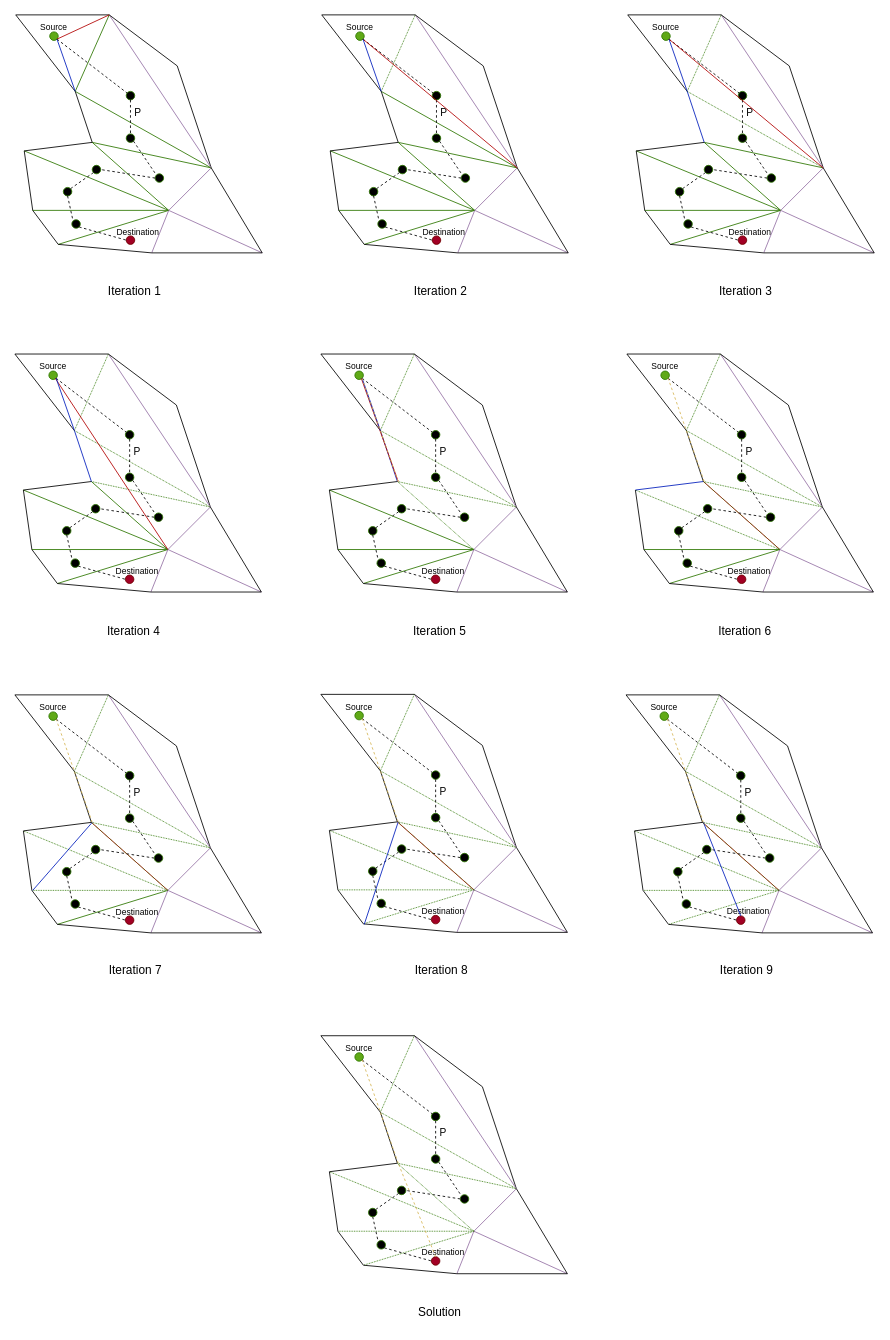
Above: website/images/Untitled Diagram.drawio in mamakram/Zookeeper-Problem (draw.io), before the change. Source tidied: cells renumbered, new cells numbered last; positions are measured from the earlier drawing's top-left corner, leaving out a move shared by most shapes. Both pictures are drawn from the tidied source at 85%, with x=0, y=0 at pixel (14, 14).
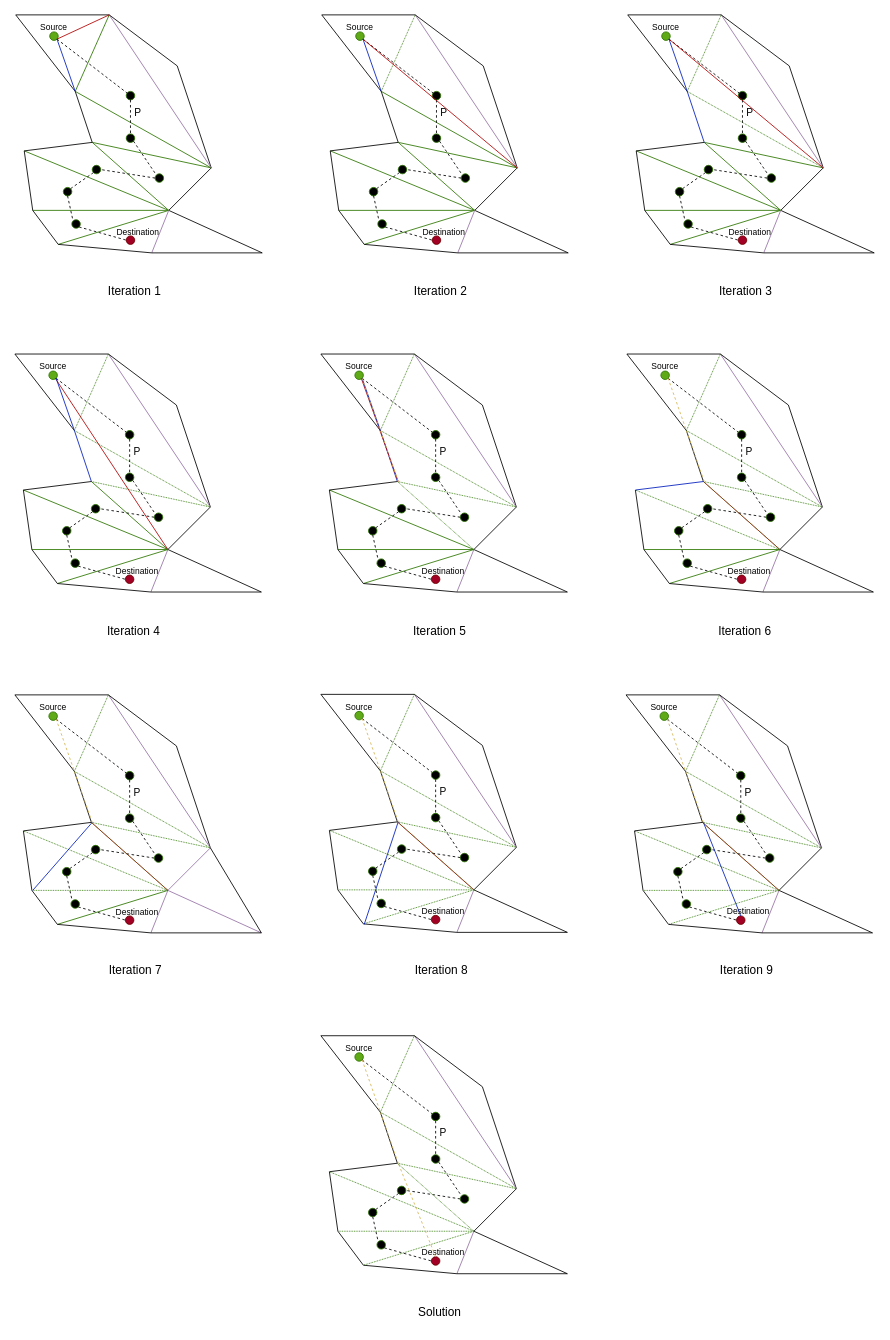
Above is the later version.

What changed in the source:
```diff
@@
-    <mxCell id="2" style="endArrow=none;html=1;rounded=0;fillColor=#e1d5e7;strokeColor=#9673a6;" parent="1" edge="1">
+    <mxCell id="2" style="endArrow=none;html=1;rounded=0;fillColor=#e1d5e7;strokeColor=#000000;" parent="1" edge="1">
       <mxGeometry relative="1" as="geometry">
         <mxPoint x="181" y="230" as="sourcePoint" />
         <mxPoint x="231" y="180" as="targetPoint" />
       </mxGeometry>
     </mxCell>
@@
-    <mxCell id="5" style="endArrow=none;html=1;rounded=0;fillColor=#e1d5e7;strokeColor=#9673a6;" parent="1" edge="1">
+    <mxCell id="5" style="endArrow=none;html=1;rounded=0;fillColor=#e1d5e7;strokeColor=#000000;" parent="1" edge="1">
       <mxGeometry relative="1" as="geometry">
         <mxPoint x="181" y="230" as="sourcePoint" />
         <mxPoint x="291" y="280" as="targetPoint" />
       </mxGeometry>
     </mxCell>
-    <mxCell id="6" style="endArrow=none;html=1;rounded=0;" parent="1" edge="1">
-      <mxGeometry relative="1" as="geometry">
-        <mxPoint x="291" y="280" as="sourcePoint" />
-        <mxPoint x="231" y="180" as="targetPoint" />
-      </mxGeometry>
-    </mxCell>
@@
-    <mxCell id="44" style="endArrow=none;html=1;rounded=0;fillColor=#e1d5e7;strokeColor=#9673a6;" parent="1" edge="1">
+    <mxCell id="44" style="endArrow=none;html=1;rounded=0;fillColor=#e1d5e7;strokeColor=#000000;" parent="1" edge="1">
       <mxGeometry relative="1" as="geometry">
         <mxPoint x="541" y="230" as="sourcePoint" />
         <mxPoint x="591" y="180" as="targetPoint" />
       </mxGeometry>
     </mxCell>
@@
-    <mxCell id="47" style="endArrow=none;html=1;rounded=0;fillColor=#e1d5e7;strokeColor=#9673a6;" parent="1" edge="1">
+    <mxCell id="47" style="endArrow=none;html=1;rounded=0;fillColor=#e1d5e7;strokeColor=#000000;" parent="1" edge="1">
       <mxGeometry relative="1" as="geometry">
         <mxPoint x="541" y="230" as="sourcePoint" />
         <mxPoint x="651" y="280" as="targetPoint" />
       </mxGeometry>
     </mxCell>
-    <mxCell id="48" style="endArrow=none;html=1;rounded=0;" parent="1" edge="1">
-      <mxGeometry relative="1" as="geometry">
-        <mxPoint x="651" y="280" as="sourcePoint" />
-        <mxPoint x="591" y="180" as="targetPoint" />
-      </mxGeometry>
-    </mxCell>
@@
-    <mxCell id="86" style="endArrow=none;html=1;rounded=0;fillColor=#e1d5e7;strokeColor=#9673a6;" parent="1" edge="1">
+    <mxCell id="86" style="endArrow=none;html=1;rounded=0;fillColor=#e1d5e7;strokeColor=#000000;" parent="1" edge="1">
       <mxGeometry relative="1" as="geometry">
         <mxPoint x="901" y="230" as="sourcePoint" />
         <mxPoint x="951" y="180" as="targetPoint" />
       </mxGeometry>
     </mxCell>
@@
-    <mxCell id="89" style="endArrow=none;html=1;rounded=0;fillColor=#e1d5e7;strokeColor=#9673a6;" parent="1" edge="1">
+    <mxCell id="89" style="endArrow=none;html=1;rounded=0;fillColor=#e1d5e7;strokeColor=#000000;" parent="1" edge="1">
       <mxGeometry relative="1" as="geometry">
         <mxPoint x="901" y="230" as="sourcePoint" />
         <mxPoint x="1011" y="280" as="targetPoint" />
       </mxGeometry>
     </mxCell>
-    <mxCell id="90" style="endArrow=none;html=1;rounded=0;" parent="1" edge="1">
-      <mxGeometry relative="1" as="geometry">
-        <mxPoint x="1011" y="280" as="sourcePoint" />
-        <mxPoint x="951" y="180" as="targetPoint" />
-      </mxGeometry>
-    </mxCell>
@@
-    <mxCell id="128" style="endArrow=none;html=1;rounded=0;fillColor=#e1d5e7;strokeColor=#9673a6;" parent="1" edge="1">
+    <mxCell id="128" style="endArrow=none;html=1;rounded=0;fillColor=#e1d5e7;strokeColor=#000000;" parent="1" edge="1">
       <mxGeometry relative="1" as="geometry">
         <mxPoint x="180" y="629" as="sourcePoint" />
         <mxPoint x="230" y="579" as="targetPoint" />
       </mxGeometry>
     </mxCell>
@@
-    <mxCell id="131" style="endArrow=none;html=1;rounded=0;fillColor=#e1d5e7;strokeColor=#9673a6;" parent="1" edge="1">
+    <mxCell id="131" style="endArrow=none;html=1;rounded=0;fillColor=#e1d5e7;strokeColor=#000000;" parent="1" edge="1">
       <mxGeometry relative="1" as="geometry">
         <mxPoint x="180" y="629" as="sourcePoint" />
         <mxPoint x="290" y="679" as="targetPoint" />
       </mxGeometry>
     </mxCell>
-    <mxCell id="132" style="endArrow=none;html=1;rounded=0;" parent="1" edge="1">
-      <mxGeometry relative="1" as="geometry">
-        <mxPoint x="290" y="679" as="sourcePoint" />
-        <mxPoint x="230" y="579" as="targetPoint" />
-      </mxGeometry>
-    </mxCell>
@@
-    <mxCell id="170" style="endArrow=none;html=1;rounded=0;fillColor=#e1d5e7;strokeColor=#9673a6;" parent="1" edge="1">
+    <mxCell id="170" style="endArrow=none;html=1;rounded=0;fillColor=#e1d5e7;strokeColor=#000000;" parent="1" edge="1">
       <mxGeometry relative="1" as="geometry">
         <mxPoint x="540" y="629" as="sourcePoint" />
         <mxPoint x="590" y="579" as="targetPoint" />
       </mxGeometry>
     </mxCell>
@@
-    <mxCell id="173" style="endArrow=none;html=1;rounded=0;fillColor=#e1d5e7;strokeColor=#9673a6;" parent="1" edge="1">
+    <mxCell id="173" style="endArrow=none;html=1;rounded=0;fillColor=#e1d5e7;strokeColor=#000000;" parent="1" edge="1">
       <mxGeometry relative="1" as="geometry">
         <mxPoint x="540" y="629" as="sourcePoint" />
         <mxPoint x="650" y="679" as="targetPoint" />
       </mxGeometry>
     </mxCell>
-    <mxCell id="174" style="endArrow=none;html=1;rounded=0;" parent="1" edge="1">
-      <mxGeometry relative="1" as="geometry">
-        <mxPoint x="650" y="679" as="sourcePoint" />
-        <mxPoint x="590" y="579" as="targetPoint" />
-      </mxGeometry>
-    </mxCell>
@@
-    <mxCell id="213" style="endArrow=none;html=1;rounded=0;fillColor=#e1d5e7;strokeColor=#9673a6;" parent="1" edge="1">
+    <mxCell id="213" style="endArrow=none;html=1;rounded=0;fillColor=#e1d5e7;strokeColor=#000000;" parent="1" edge="1">
       <mxGeometry relative="1" as="geometry">
         <mxPoint x="900" y="629" as="sourcePoint" />
         <mxPoint x="950" y="579" as="targetPoint" />
       </mxGeometry>
     </mxCell>
@@
-    <mxCell id="216" style="endArrow=none;html=1;rounded=0;fillColor=#e1d5e7;strokeColor=#9673a6;" parent="1" edge="1">
+    <mxCell id="216" style="endArrow=none;html=1;rounded=0;fillColor=#e1d5e7;strokeColor=#000000;" parent="1" edge="1">
       <mxGeometry relative="1" as="geometry">
         <mxPoint x="900" y="629" as="sourcePoint" />
         <mxPoint x="1010" y="679" as="targetPoint" />
       </mxGeometry>
     </mxCell>
-    <mxCell id="217" style="endArrow=none;html=1;rounded=0;" parent="1" edge="1">
-      <mxGeometry relative="1" as="geometry">
-        <mxPoint x="1010" y="679" as="sourcePoint" />
-        <mxPoint x="950" y="579" as="targetPoint" />
-      </mxGeometry>
-    </mxCell>
@@
-    <mxCell id="296" style="endArrow=none;html=1;rounded=0;fillColor=#e1d5e7;strokeColor=#9673a6;" parent="1" edge="1">
+    <mxCell id="296" style="endArrow=none;html=1;rounded=0;fillColor=#e1d5e7;strokeColor=#000000;" parent="1" edge="1">
       <mxGeometry relative="1" as="geometry">
         <mxPoint x="540" y="1029.4" as="sourcePoint" />
         <mxPoint x="590" y="979.4" as="targetPoint" />
       </mxGeometry>
     </mxCell>
@@
-    <mxCell id="299" style="endArrow=none;html=1;rounded=0;fillColor=#e1d5e7;strokeColor=#9673a6;" parent="1" edge="1">
+    <mxCell id="299" style="endArrow=none;html=1;rounded=0;fillColor=#e1d5e7;strokeColor=#000000;" parent="1" edge="1">
       <mxGeometry relative="1" as="geometry">
         <mxPoint x="540" y="1029.4" as="sourcePoint" />
         <mxPoint x="650" y="1079.4" as="targetPoint" />
       </mxGeometry>
     </mxCell>
-    <mxCell id="300" style="endArrow=none;html=1;rounded=0;" parent="1" edge="1">
-      <mxGeometry relative="1" as="geometry">
-        <mxPoint x="650" y="1079.4" as="sourcePoint" />
-        <mxPoint x="590" y="979.4" as="targetPoint" />
-      </mxGeometry>
-    </mxCell>
@@
-    <mxCell id="338" style="endArrow=none;html=1;rounded=0;fillColor=#e1d5e7;strokeColor=#9673a6;" parent="1" edge="1">
+    <mxCell id="338" style="endArrow=none;html=1;rounded=0;fillColor=#e1d5e7;strokeColor=#000000;" parent="1" edge="1">
       <mxGeometry relative="1" as="geometry">
         <mxPoint x="899" y="1030" as="sourcePoint" />
         <mxPoint x="949" y="980" as="targetPoint" />
       </mxGeometry>
     </mxCell>
@@
-    <mxCell id="341" style="endArrow=none;html=1;rounded=0;fillColor=#e1d5e7;strokeColor=#9673a6;" parent="1" edge="1">
+    <mxCell id="341" style="endArrow=none;html=1;rounded=0;fillColor=#e1d5e7;strokeColor=#000000;" parent="1" edge="1">
       <mxGeometry relative="1" as="geometry">
         <mxPoint x="899" y="1030" as="sourcePoint" />
         <mxPoint x="1009" y="1080" as="targetPoint" />
       </mxGeometry>
     </mxCell>
-    <mxCell id="342" style="endArrow=none;html=1;rounded=0;" parent="1" edge="1">
-      <mxGeometry relative="1" as="geometry">
-        <mxPoint x="1009" y="1080" as="sourcePoint" />
-        <mxPoint x="949" y="980" as="targetPoint" />
-      </mxGeometry>
-    </mxCell>
@@
-    <mxCell id="384" style="endArrow=none;html=1;rounded=0;fillColor=#e1d5e7;strokeColor=#9673a6;" parent="1" edge="1">
+    <mxCell id="384" style="endArrow=none;html=1;rounded=0;fillColor=#e1d5e7;strokeColor=#000000;" parent="1" edge="1">
       <mxGeometry relative="1" as="geometry">
         <mxPoint x="540" y="1431" as="sourcePoint" />
         <mxPoint x="590" y="1381" as="targetPoint" />
       </mxGeometry>
     </mxCell>
@@
-    <mxCell id="387" style="endArrow=none;html=1;rounded=0;fillColor=#e1d5e7;strokeColor=#9673a6;" parent="1" edge="1">
+    <mxCell id="387" style="endArrow=none;html=1;rounded=0;fillColor=#e1d5e7;strokeColor=#000000;" parent="1" edge="1">
       <mxGeometry relative="1" as="geometry">
         <mxPoint x="540" y="1431" as="sourcePoint" />
         <mxPoint x="650" y="1481" as="targetPoint" />
       </mxGeometry>
     </mxCell>
-    <mxCell id="388" style="endArrow=none;html=1;rounded=0;" parent="1" edge="1">
-      <mxGeometry relative="1" as="geometry">
-        <mxPoint x="650" y="1481" as="sourcePoint" />
-        <mxPoint x="590" y="1381" as="targetPoint" />
-      </mxGeometry>
-    </mxCell>
```
